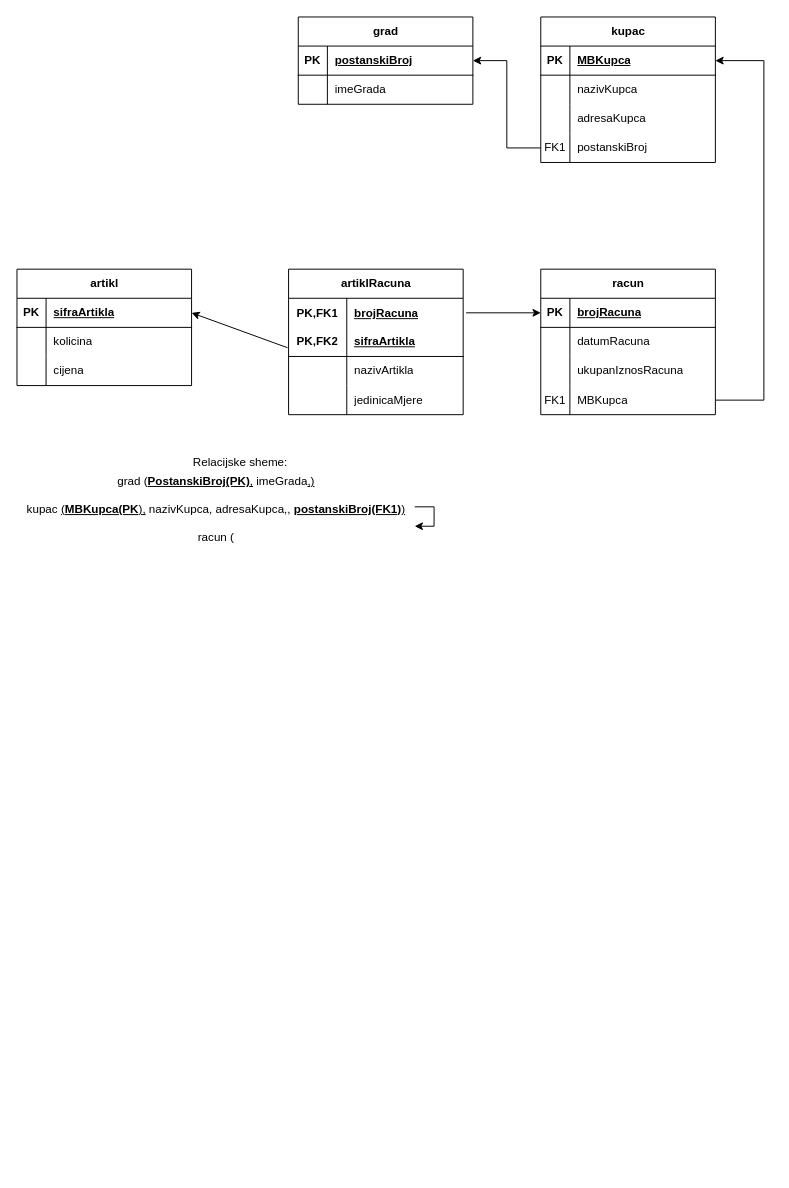
Before: RelacijskiModel_20231018.drawio in ivorp95/Telematika, a draw.io diagram. Source tidied: cells renumbered, new cells numbered last; positions are measured from the earlier drawing's top-left corner, leaving out a move shared by most shapes. Both pictures are drawn from the tidied source at 97%, with x=0, y=0 at pixel (16, 16).
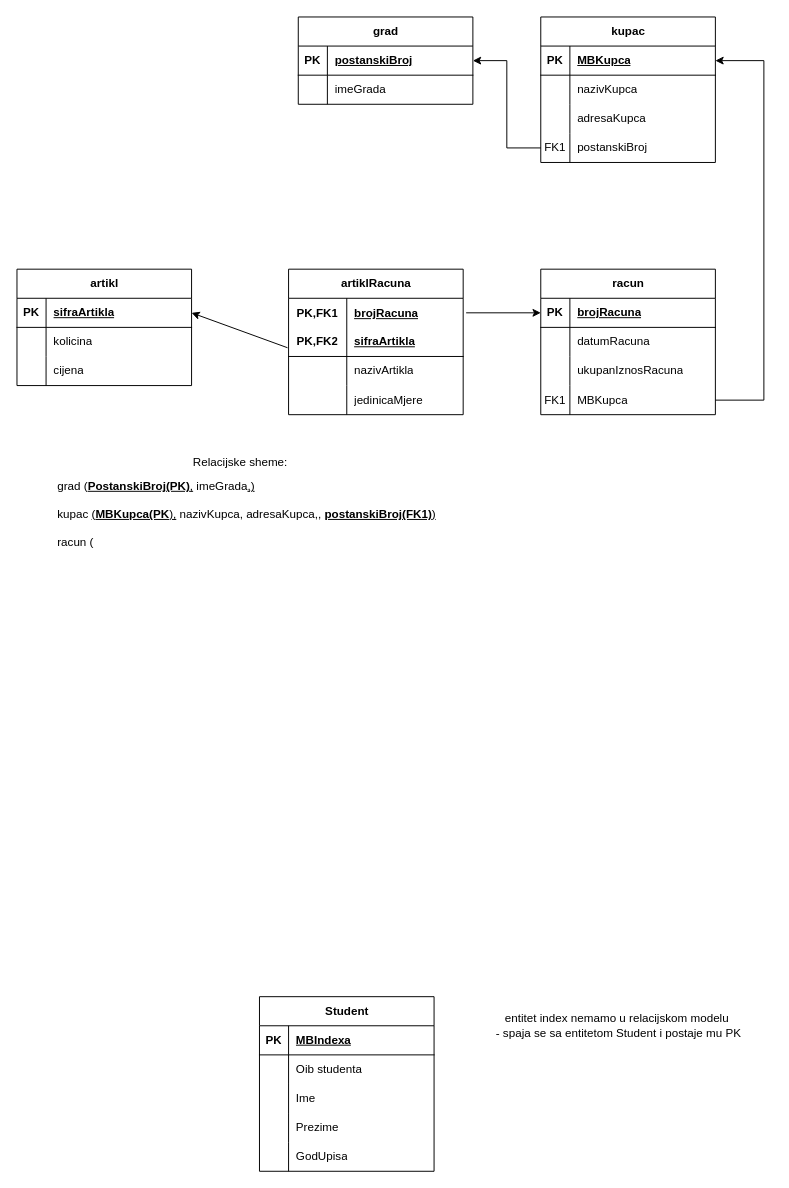
The same page after the edit.

Diff of the diagram source:
```diff
@@
-    <mxCell id="61" value="&lt;div&gt;grad (&lt;b&gt;&lt;u&gt;&lt;span&gt;PostanskiBroj&lt;/span&gt;&lt;/u&gt;&lt;/b&gt;&lt;span&gt;&lt;u&gt;&lt;b&gt;(PK)&lt;/b&gt;,&lt;/u&gt; &lt;/span&gt;imeGrada&lt;span&gt;&lt;u&gt;,)&lt;/u&gt;&lt;/span&gt;&lt;/div&gt;&lt;div&gt;&lt;span&gt;&lt;u&gt;&lt;br&gt;&lt;/u&gt;&lt;/span&gt;&lt;/div&gt;&lt;div&gt;kupac &lt;span&gt;&lt;u&gt;(&lt;b&gt;MBKupca(PK&lt;/b&gt;),&lt;/u&gt; nazivKupca, adresaKupca,, &lt;b&gt;&lt;u&gt;postanskiBroj(FK1)&lt;/u&gt;&lt;/b&gt;&lt;u&gt;)&lt;/u&gt;&lt;/span&gt;&lt;/div&gt;&lt;div&gt;&lt;span&gt;&lt;br&gt;&lt;/span&gt;&lt;/div&gt;&lt;div&gt;&lt;span&gt;racun (&lt;br&gt;&lt;/span&gt;&lt;/div&gt;&lt;div&gt;&lt;span&gt;&lt;u&gt;&lt;br&gt;&lt;/u&gt;&lt;/span&gt;&lt;/div&gt;" style="text;html=1;align=center;verticalAlign=middle;points=[];strokeColor=none;fillColor=none;fontStyle=0;" parent="1" vertex="1">
-      <mxGeometry y="465" width="410" height="100" as="geometry" />
+    <mxCell id="61" value="&lt;div&gt;grad (&lt;b&gt;&lt;u&gt;&lt;span&gt;PostanskiBroj&lt;/span&gt;&lt;/u&gt;&lt;/b&gt;&lt;span&gt;&lt;u&gt;&lt;b&gt;(PK)&lt;/b&gt;,&lt;/u&gt; &lt;/span&gt;imeGrada&lt;span&gt;&lt;u&gt;,)&lt;/u&gt;&lt;/span&gt;&lt;/div&gt;&lt;div&gt;&lt;span&gt;&lt;u&gt;&lt;br&gt;&lt;/u&gt;&lt;/span&gt;&lt;/div&gt;&lt;div&gt;kupac &lt;span&gt;&lt;u&gt;(&lt;b&gt;MBKupca(PK&lt;/b&gt;),&lt;/u&gt; nazivKupca, adresaKupca,, &lt;b&gt;&lt;u&gt;postanskiBroj(FK1)&lt;/u&gt;&lt;/b&gt;&lt;u&gt;)&lt;/u&gt;&lt;/span&gt;&lt;/div&gt;&lt;div&gt;&lt;span&gt;&lt;br&gt;&lt;/span&gt;&lt;/div&gt;&lt;div&gt;&lt;span&gt;racun (&lt;br&gt;&lt;/span&gt;&lt;/div&gt;&lt;div&gt;&lt;span&gt;&lt;u&gt;&lt;br&gt;&lt;/u&gt;&lt;/span&gt;&lt;/div&gt;" style="text;html=1;align=left;verticalAlign=middle;points=[];strokeColor=none;fillColor=none;fontStyle=0;" parent="1" vertex="1">
+      <mxGeometry x="40" y="470" width="410" height="100" as="geometry" />
     </mxCell>
-    <mxCell id="62" style="edgeStyle=orthogonalEdgeStyle;rounded=0;orthogonalLoop=1;jettySize=auto;html=1;" parent="1" edge="1" source="61" target="61">
-      <mxGeometry relative="1" as="geometry" />
-    </mxCell>
+    <mxCell id="63" value="Student" style="shape=table;startSize=30;childLayout=tableLayout;rowLines=0;fontStyle=1;align=center;html=1;" parent="1" vertex="1">
+      <mxGeometry x="250" y="1010" width="180" height="180" as="geometry" />
+    </mxCell>
+    <mxCell id="64" style="shape=tableRow;horizontal=0;startSize=0;swimlaneHead=0;swimlaneBody=0;fillColor=none;top=0;left=0;right=0;bottom=1;" parent="63" vertex="1">
+      <mxGeometry y="30" width="180" height="30" as="geometry" />
+    </mxCell>
+    <mxCell id="65" value="PK" style="shape=partialRectangle;fillColor=none;top=0;left=0;bottom=0;right=0;fontStyle=1;overflow=hidden;whiteSpace=wrap;html=1;" parent="64" vertex="1">
+      <mxGeometry width="30" height="30" as="geometry" />
+    </mxCell>
+    <mxCell id="66" value="MBIndexa" style="shape=partialRectangle;fillColor=none;top=0;left=0;bottom=0;right=0;align=left;spacingLeft=6;fontStyle=5;overflow=hidden;whiteSpace=wrap;html=1;" parent="64" vertex="1">
+      <mxGeometry x="30" width="150" height="30" as="geometry" />
+    </mxCell>
+    <mxCell id="67" style="shape=tableRow;horizontal=0;startSize=0;swimlaneHead=0;swimlaneBody=0;fillColor=none;top=0;left=0;right=0;bottom=0;" parent="63" vertex="1">
+      <mxGeometry y="60" width="180" height="30" as="geometry" />
+    </mxCell>
+    <mxCell id="68" style="shape=partialRectangle;fillColor=none;top=0;left=0;bottom=0;right=0;overflow=hidden;whiteSpace=wrap;html=1;" parent="67" vertex="1">
+      <mxGeometry width="30" height="30" as="geometry" />
+    </mxCell>
+    <mxCell id="69" value="Oib studenta" style="shape=partialRectangle;fillColor=none;top=0;left=0;bottom=0;right=0;align=left;spacingLeft=6;overflow=hidden;whiteSpace=wrap;html=1;" parent="67" vertex="1">
+      <mxGeometry x="30" width="150" height="30" as="geometry" />
+    </mxCell>
+    <mxCell id="70" style="shape=tableRow;horizontal=0;startSize=0;swimlaneHead=0;swimlaneBody=0;fillColor=none;top=0;left=0;right=0;bottom=0;" parent="63" vertex="1">
+      <mxGeometry y="90" width="180" height="30" as="geometry" />
+    </mxCell>
+    <mxCell id="71" style="shape=partialRectangle;fillColor=none;top=0;left=0;bottom=0;right=0;overflow=hidden;whiteSpace=wrap;html=1;" parent="70" vertex="1">
+      <mxGeometry width="30" height="30" as="geometry" />
+    </mxCell>
+    <mxCell id="72" value="Ime" style="shape=partialRectangle;fillColor=none;top=0;left=0;bottom=0;right=0;align=left;spacingLeft=6;overflow=hidden;whiteSpace=wrap;html=1;" parent="70" vertex="1">
+      <mxGeometry x="30" width="150" height="30" as="geometry" />
+    </mxCell>
+    <mxCell id="73" style="shape=tableRow;horizontal=0;startSize=0;swimlaneHead=0;swimlaneBody=0;fillColor=none;top=0;left=0;right=0;bottom=0;" parent="63" vertex="1">
+      <mxGeometry y="120" width="180" height="30" as="geometry" />
+    </mxCell>
+    <mxCell id="74" style="shape=partialRectangle;fillColor=none;top=0;left=0;bottom=0;right=0;overflow=hidden;whiteSpace=wrap;html=1;" parent="73" vertex="1">
+      <mxGeometry width="30" height="30" as="geometry" />
+    </mxCell>
+    <mxCell id="75" value="Prezime" style="shape=partialRectangle;fillColor=none;top=0;left=0;bottom=0;right=0;align=left;spacingLeft=6;overflow=hidden;whiteSpace=wrap;html=1;" parent="73" vertex="1">
+      <mxGeometry x="30" width="150" height="30" as="geometry" />
+    </mxCell>
+    <mxCell id="76" style="shape=tableRow;horizontal=0;startSize=0;swimlaneHead=0;swimlaneBody=0;fillColor=none;top=0;left=0;right=0;bottom=0;" parent="63" vertex="1">
+      <mxGeometry y="150" width="180" height="30" as="geometry" />
+    </mxCell>
+    <mxCell id="77" style="shape=partialRectangle;fillColor=none;top=0;left=0;bottom=0;right=0;overflow=hidden;whiteSpace=wrap;html=1;" parent="76" vertex="1">
+      <mxGeometry width="30" height="30" as="geometry" />
+    </mxCell>
+    <mxCell id="78" value="GodUpisa" style="shape=partialRectangle;fillColor=none;top=0;left=0;bottom=0;right=0;align=left;spacingLeft=6;overflow=hidden;whiteSpace=wrap;html=1;" parent="76" vertex="1">
+      <mxGeometry x="30" width="150" height="30" as="geometry" />
+    </mxCell>
+    <mxCell id="79" value="&lt;div&gt;entitet index nemamo u relacijskom modelu&amp;nbsp;&lt;/div&gt;&lt;div&gt;- spaja se sa entitetom Student i postaje mu PK&lt;/div&gt;" style="text;html=1;align=center;verticalAlign=middle;strokeColor=none;fillColor=none;" parent="1" vertex="1">
+      <mxGeometry x="480" y="1020" width="280" height="40" as="geometry" />
+    </mxCell>
```
